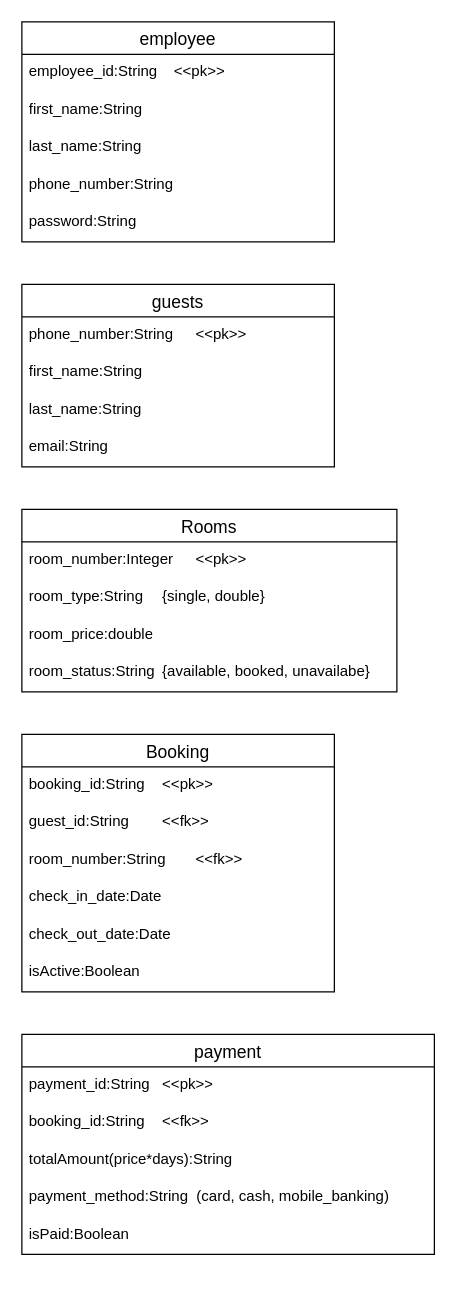
Before: er_dia/simple_booking.drawio in chillin9panda/Simple-Booking, a draw.io diagram. Source tidied: cells renumbered, new cells numbered last; positions are measured from the earlier drawing's top-left corner, leaving out a move shared by most shapes. Both pictures are drawn from the tidied source at 125%, with x=0, y=0 at pixel (21, 21).
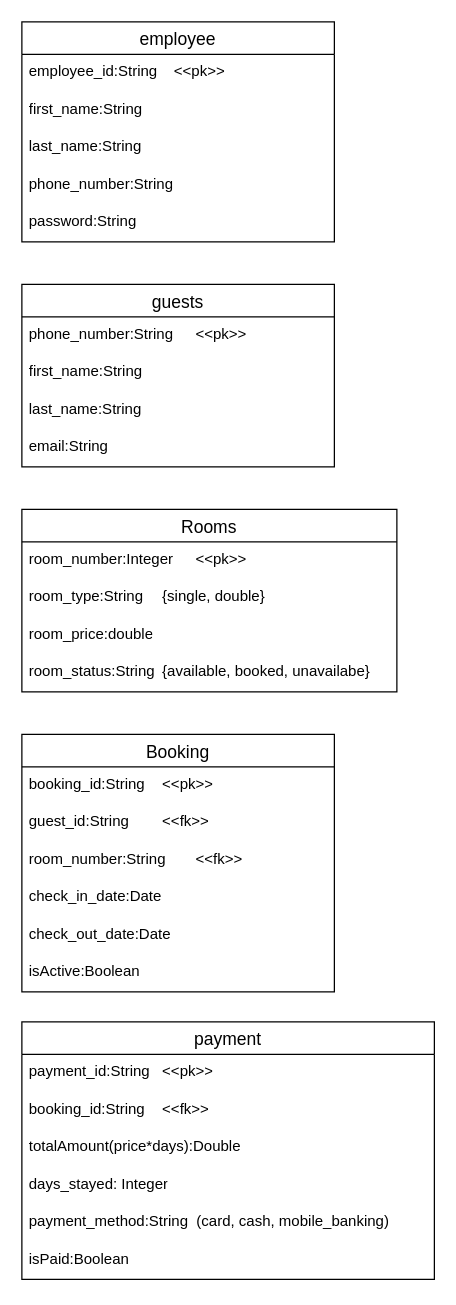
Above is the later version.

The edit, as a diff of the source:
```diff
@@
     <mxCell id="25" value="payment" style="swimlane;fontStyle=0;horizontal=1;startSize=26;align=center;fontSize=14;" parent="1" vertex="1">
-      <mxGeometry y="810" width="330" height="176" as="geometry" />
+      <mxGeometry y="800" width="330" height="206" as="geometry" />
     </mxCell>
@@
-    <mxCell id="28" value="totalAmount(price*days):String" style="text;strokeColor=none;fillColor=none;spacingLeft=4;spacingRight=4;overflow=hidden;fontSize=12;whiteSpace=wrap;html=1;" parent="25" vertex="1">
+    <mxCell id="28" value="totalAmount(price*days):Double" style="text;strokeColor=none;fillColor=none;spacingLeft=4;spacingRight=4;overflow=hidden;fontSize=12;whiteSpace=wrap;html=1;" parent="25" vertex="1">
       <mxGeometry y="86" width="330" height="30" as="geometry" />
     </mxCell>
+    <mxCell id="31" value="days_stayed: Integer" style="text;strokeColor=none;fillColor=none;spacingLeft=4;spacingRight=4;overflow=hidden;fontSize=12;whiteSpace=wrap;html=1;" parent="25" vertex="1">
+      <mxGeometry y="116" width="330" height="30" as="geometry" />
+    </mxCell>
     <mxCell id="29" value="payment_method:String&amp;nbsp; (card, cash, mobile_banking)" style="text;strokeColor=none;fillColor=none;spacingLeft=4;spacingRight=4;overflow=hidden;fontSize=12;whiteSpace=wrap;html=1;" parent="25" vertex="1">
-      <mxGeometry y="116" width="330" height="30" as="geometry" />
+      <mxGeometry y="146" width="330" height="30" as="geometry" />
     </mxCell>
     <mxCell id="30" value="isPaid:Boolean" style="text;strokeColor=none;fillColor=none;spacingLeft=4;spacingRight=4;overflow=hidden;fontSize=12;whiteSpace=wrap;html=1;" parent="25" vertex="1">
-      <mxGeometry y="146" width="330" height="30" as="geometry" />
+      <mxGeometry y="176" width="330" height="30" as="geometry" />
     </mxCell>
```
